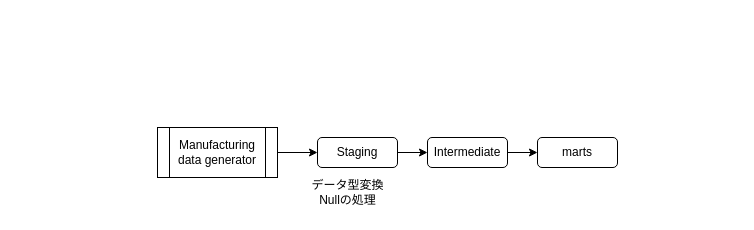
Above: docs/diagrams.drawio in tker-78/manufacturing-datawarehouse (draw.io), before the change. Source tidied: cells renumbered, new cells numbered last; positions are measured from the earlier drawing's top-left corner, leaving out a move shared by most shapes. Both pictures are drawn from the tidied source at 100%, with x=0, y=0 at pixel (157, 127).
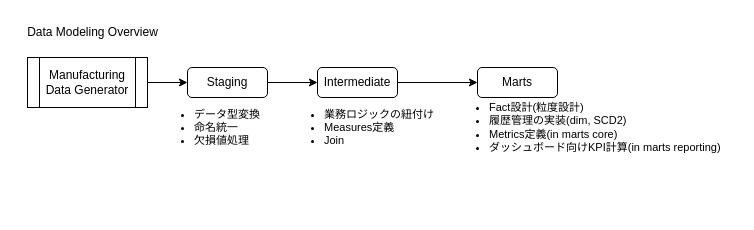
Above is the later version.

What changed in the source:
```diff
@@
 <mxGraphModel>
   <root>
     <mxCell id="0" />
     <mxCell id="1" parent="0" />
     <mxCell id="2" style="edgeStyle=orthogonalEdgeStyle;rounded=0;jettySize=auto;html=1;" parent="1" edge="1" source="3" target="5">
       <mxGeometry relative="1" as="geometry" />
     </mxCell>
-    <mxCell id="3" value="Manufacturing data generator" style="shape=process;whiteSpace=wrap;html=1;backgroundOutline=1;" parent="1" vertex="1">
-      <mxGeometry width="120" height="50" as="geometry" />
+    <mxCell id="3" value="Manufacturing Data Generator" style="shape=process;whiteSpace=wrap;html=1;backgroundOutline=1;" parent="1" vertex="1">
+      <mxGeometry x="-130" y="-70" width="120" height="50" as="geometry" />
     </mxCell>
     <mxCell id="4" style="edgeStyle=orthogonalEdgeStyle;rounded=0;jettySize=auto;html=1;" parent="1" edge="1" source="5" target="7">
       <mxGeometry relative="1" as="geometry" />
     </mxCell>
     <mxCell id="5" value="Staging" style="rounded=1;whiteSpace=wrap;html=1;" parent="1" vertex="1">
-      <mxGeometry x="160" y="10" width="80" height="30" as="geometry" />
+      <mxGeometry x="30" y="-60" width="80" height="30" as="geometry" />
     </mxCell>
     <mxCell id="6" style="edgeStyle=orthogonalEdgeStyle;rounded=0;jettySize=auto;html=1;" parent="1" edge="1" source="7" target="8">
       <mxGeometry relative="1" as="geometry" />
     </mxCell>
     <mxCell id="7" value="Intermediate" style="rounded=1;whiteSpace=wrap;html=1;" parent="1" vertex="1">
-      <mxGeometry x="270" y="10" width="80" height="30" as="geometry" />
+      <mxGeometry x="160" y="-60" width="80" height="30" as="geometry" />
     </mxCell>
-    <mxCell id="8" value="marts" style="rounded=1;whiteSpace=wrap;html=1;" parent="1" vertex="1">
-      <mxGeometry x="380" y="10" width="80" height="30" as="geometry" />
+    <mxCell id="8" value="Marts" style="rounded=1;whiteSpace=wrap;html=1;" parent="1" vertex="1">
+      <mxGeometry x="320" y="-60" width="80" height="30" as="geometry" />
     </mxCell>
-    <mxCell id="9" value="データ型変換&lt;br&gt;Nullの処理" style="text;html=1;align=center;verticalAlign=middle;strokeColor=none;fillColor=none;" parent="1" vertex="1">
-      <mxGeometry x="140" y="45" width="100" height="40" as="geometry" />
+    <mxCell id="9" value="&lt;ul style=&quot;font-size: 11px;&quot;&gt;&lt;li style=&quot;font-size: 11px;&quot;&gt;データ型変換&lt;/li&gt;&lt;li style=&quot;font-size: 11px;&quot;&gt;命名統一&lt;/li&gt;&lt;li style=&quot;font-size: 11px;&quot;&gt;欠損値処理&lt;/li&gt;&lt;/ul&gt;" style="text;html=1;align=left;verticalAlign=middle;strokeColor=none;fillColor=none;fontSize=11;" parent="1" vertex="1">
+      <mxGeometry x="-5" y="-40" width="130" height="80" as="geometry" />
     </mxCell>
+    <mxCell id="10" value="&lt;ul style=&quot;font-size: 11px;&quot;&gt;&lt;li style=&quot;font-size: 11px;&quot;&gt;業務ロジックの紐付け&lt;/li&gt;&lt;li style=&quot;font-size: 11px;&quot;&gt;Measures定義&lt;/li&gt;&lt;li style=&quot;font-size: 11px;&quot;&gt;Join&lt;/li&gt;&lt;/ul&gt;" style="text;html=1;align=left;verticalAlign=middle;strokeColor=none;fillColor=none;fontSize=11;" parent="1" vertex="1">
+      <mxGeometry x="125" y="-40" width="170" height="80" as="geometry" />
+    </mxCell>
+    <mxCell id="11" value="&lt;ul style=&quot;font-size: 11px;&quot;&gt;&lt;li style=&quot;font-size: 11px;&quot;&gt;Fact設計(粒度設計)&lt;/li&gt;&lt;li style=&quot;font-size: 11px;&quot;&gt;履歴管理の実装(dim, SCD2)&lt;/li&gt;&lt;li style=&quot;font-size: 11px;&quot;&gt;Metrics定義(in marts core)&lt;/li&gt;&lt;li style=&quot;font-size: 11px;&quot;&gt;ダッシュボード向けKPI計算(in marts reporting)&lt;/li&gt;&lt;/ul&gt;" style="text;html=1;align=left;verticalAlign=middle;strokeColor=none;fillColor=none;fontSize=11;" parent="1" vertex="1">
+      <mxGeometry x="290" y="-45" width="290" height="90" as="geometry" />
+    </mxCell>
+    <mxCell id="12" value="Data Modeling Overview" style="text;html=1;align=center;verticalAlign=middle;strokeColor=none;fillColor=none;" parent="1" vertex="1">
+      <mxGeometry x="-140" y="-110" width="150" height="30" as="geometry" />
+    </mxCell>
   </root>
 </mxGraphModel>
```
